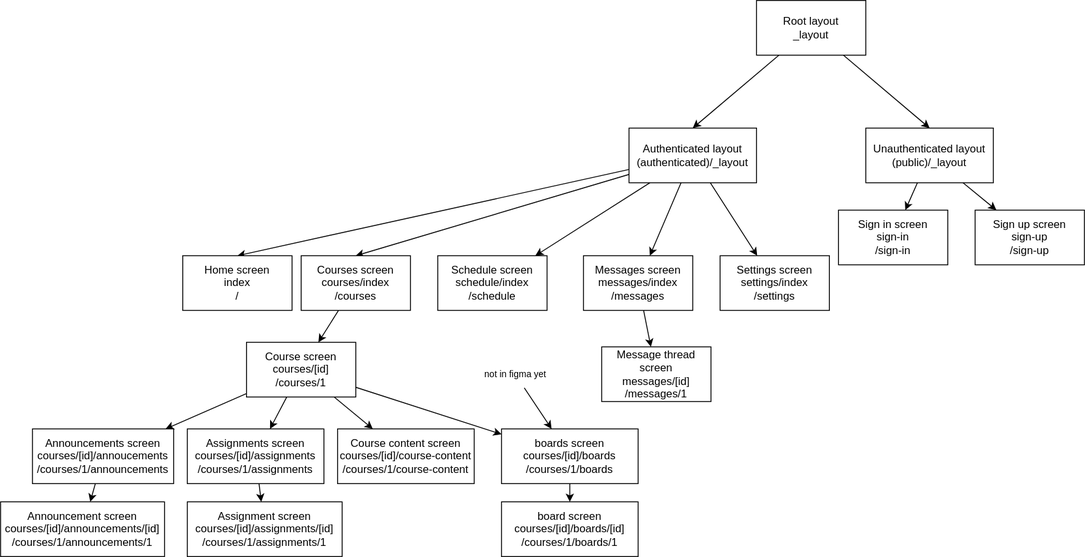
Before: docs/diagrams/hierarchy.drawio.svg, a diagram exported from draw.io (thedatasnok/idata2503-project). Source tidied: cells renumbered, new cells last; positions are measured from the earlier drawing's top-left corner, leaving out a move shared by most shapes.
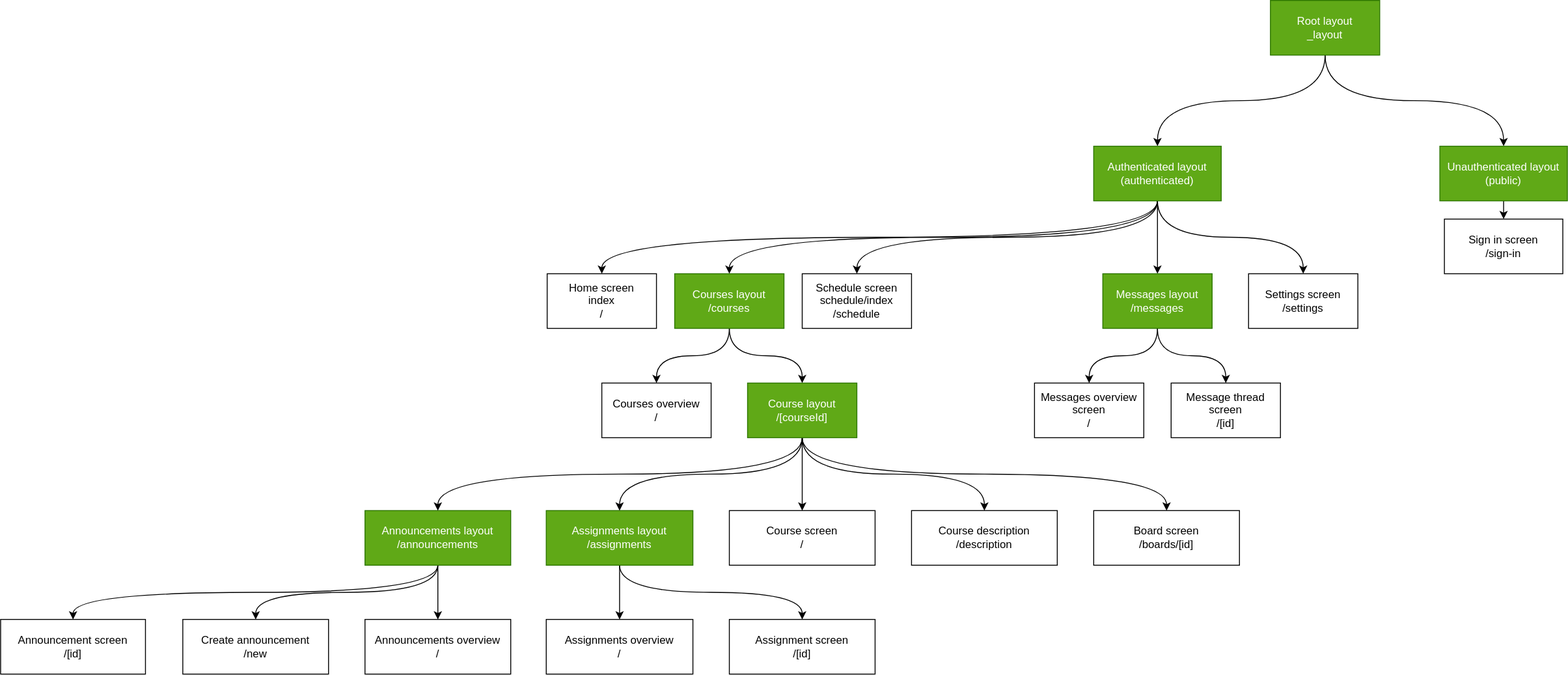
Later version of the same file.

Commit message:
docs: update hierarchy diagram

Change to the diagram source:
```diff
@@ -2,122 +2,140 @@
   <root>
     <mxCell id="0" />
     <mxCell id="1" parent="0" />
-    <mxCell id="2" style="edgeStyle=none;html=1;entryX=0.5;entryY=0;entryDx=0;entryDy=0;" parent="1" edge="1" source="4" target="10">
+    <mxCell id="2" style="edgeStyle=orthogonalEdgeStyle;html=1;entryX=0.5;entryY=0;entryDx=0;entryDy=0;curved=1;exitX=0.5;exitY=1;exitDx=0;exitDy=0;" parent="1" edge="1" source="4" target="10">
       <mxGeometry relative="1" as="geometry" />
     </mxCell>
-    <mxCell id="3" style="edgeStyle=none;html=1;entryX=0.5;entryY=0;entryDx=0;entryDy=0;" parent="1" edge="1" source="4" target="13">
+    <mxCell id="3" style="edgeStyle=orthogonalEdgeStyle;html=1;entryX=0.5;entryY=0;entryDx=0;entryDy=0;curved=1;exitX=0.5;exitY=1;exitDx=0;exitDy=0;" parent="1" edge="1" source="4" target="13">
       <mxGeometry relative="1" as="geometry" />
     </mxCell>
-    <mxCell id="4" value="Root layout&lt;br&gt;_layout" style="rounded=0;whiteSpace=wrap;html=1;" parent="1" vertex="1">
-      <mxGeometry x="830" width="120" height="60" as="geometry" />
+    <mxCell id="4" value="Root layout&lt;br&gt;_layout" style="rounded=0;whiteSpace=wrap;html=1;fillColor=#60a917;fontColor=#ffffff;strokeColor=#2D7600;" parent="1" vertex="1">
+      <mxGeometry x="884" y="-20" width="120" height="60" as="geometry" />
     </mxCell>
-    <mxCell id="5" style="edgeStyle=none;html=1;entryX=0.5;entryY=0;entryDx=0;entryDy=0;" parent="1" edge="1" source="10" target="16">
+    <mxCell id="5" style="edgeStyle=orthogonalEdgeStyle;html=1;entryX=0.5;entryY=0;entryDx=0;entryDy=0;curved=1;exitX=0.5;exitY=1;exitDx=0;exitDy=0;" parent="1" edge="1" source="10" target="16">
       <mxGeometry relative="1" as="geometry" />
     </mxCell>
-    <mxCell id="6" style="edgeStyle=none;html=1;entryX=0.5;entryY=0;entryDx=0;entryDy=0;" parent="1" edge="1" source="10" target="14">
+    <mxCell id="6" style="edgeStyle=orthogonalEdgeStyle;html=1;entryX=0.5;entryY=0;entryDx=0;entryDy=0;curved=1;exitX=0.5;exitY=1;exitDx=0;exitDy=0;" parent="1" edge="1" source="10" target="14">
       <mxGeometry relative="1" as="geometry" />
     </mxCell>
-    <mxCell id="7" style="edgeStyle=none;html=1;" parent="1" edge="1" source="10" target="23">
+    <mxCell id="7" style="edgeStyle=orthogonalEdgeStyle;html=1;curved=1;exitX=0.5;exitY=1;exitDx=0;exitDy=0;" parent="1" edge="1" source="10" target="23">
       <mxGeometry relative="1" as="geometry" />
     </mxCell>
-    <mxCell id="8" style="edgeStyle=none;html=1;" parent="1" edge="1" source="10" target="25">
+    <mxCell id="8" style="edgeStyle=orthogonalEdgeStyle;html=1;curved=1;" parent="1" edge="1" source="10" target="25">
       <mxGeometry relative="1" as="geometry" />
     </mxCell>
-    <mxCell id="9" style="edgeStyle=none;html=1;" parent="1" edge="1" source="10" target="26">
+    <mxCell id="9" style="edgeStyle=orthogonalEdgeStyle;html=1;curved=1;exitX=0.5;exitY=1;exitDx=0;exitDy=0;" parent="1" edge="1" source="10" target="26">
       <mxGeometry relative="1" as="geometry" />
     </mxCell>
-    <mxCell id="10" value="Authenticated layout&lt;br&gt;(authenticated)/_layout" style="rounded=0;whiteSpace=wrap;html=1;" parent="1" vertex="1">
+    <mxCell id="10" value="Authenticated layout&lt;br&gt;(authenticated)" style="rounded=0;whiteSpace=wrap;html=1;fillColor=#60a917;fontColor=#ffffff;strokeColor=#2D7600;" parent="1" vertex="1">
       <mxGeometry x="690" y="140" width="140" height="60" as="geometry" />
     </mxCell>
     <mxCell id="11" style="edgeStyle=none;html=1;" parent="1" edge="1" source="13" target="17">
       <mxGeometry relative="1" as="geometry" />
     </mxCell>
-    <mxCell id="12" style="edgeStyle=none;html=1;" parent="1" edge="1" source="13" target="27">
-      <mxGeometry relative="1" as="geometry" />
-    </mxCell>
-    <mxCell id="13" value="Unauthenticated layout&lt;br&gt;(public)/_layout" style="rounded=0;whiteSpace=wrap;html=1;" parent="1" vertex="1">
-      <mxGeometry x="950" y="140" width="140" height="60" as="geometry" />
+    <mxCell id="13" value="Unauthenticated layout&lt;br&gt;(public)" style="rounded=0;whiteSpace=wrap;html=1;fillColor=#60a917;fontColor=#ffffff;strokeColor=#2D7600;" parent="1" vertex="1">
+      <mxGeometry x="1070" y="140" width="140" height="60" as="geometry" />
     </mxCell>
     <mxCell id="14" value="Home screen&lt;br&gt;index&lt;br&gt;/" style="rounded=0;whiteSpace=wrap;html=1;" parent="1" vertex="1">
-      <mxGeometry x="200" y="280" width="120" height="60" as="geometry" />
+      <mxGeometry x="90" y="280" width="120" height="60" as="geometry" />
     </mxCell>
+    <mxCell id="41" style="edgeStyle=orthogonalEdgeStyle;curved=1;html=1;entryX=0.5;entryY=0;entryDx=0;entryDy=0;" parent="1" edge="1" source="16" target="51">
+      <mxGeometry relative="1" as="geometry" />
+    </mxCell>
-    <mxCell id="15" style="edgeStyle=none;html=1;" parent="1" edge="1" source="16" target="22">
+    <mxCell id="15" style="edgeStyle=orthogonalEdgeStyle;curved=1;html=1;entryX=0.5;entryY=0;entryDx=0;entryDy=0;" parent="1" edge="1" source="16" target="22">
       <mxGeometry relative="1" as="geometry" />
     </mxCell>
-    <mxCell id="16" value="Courses screen&lt;br&gt;courses/index&lt;br&gt;/courses" style="rounded=0;whiteSpace=wrap;html=1;" parent="1" vertex="1">
-      <mxGeometry x="330" y="280" width="120" height="60" as="geometry" />
+    <mxCell id="16" value="Courses layout&lt;br&gt;/courses" style="rounded=0;whiteSpace=wrap;html=1;fillColor=#60a917;fontColor=#ffffff;strokeColor=#2D7600;" parent="1" vertex="1">
+      <mxGeometry x="230" y="280" width="120" height="60" as="geometry" />
     </mxCell>
-    <mxCell id="17" value="Sign in screen&lt;br&gt;sign-in&lt;br&gt;/sign-in" style="rounded=0;whiteSpace=wrap;html=1;" parent="1" vertex="1">
-      <mxGeometry x="920" y="230" width="120" height="60" as="geometry" />
+    <mxCell id="17" value="Sign in screen&lt;br&gt;/sign-in" style="rounded=0;whiteSpace=wrap;html=1;" parent="1" vertex="1">
+      <mxGeometry x="1075" y="220" width="130" height="60" as="geometry" />
     </mxCell>
-    <mxCell id="18" style="edgeStyle=none;html=1;fontSize=10;" parent="1" edge="1" source="22" target="30">
-      <mxGeometry relative="1" as="geometry" />
-    </mxCell>
-    <mxCell id="19" style="edgeStyle=none;html=1;fontSize=10;" parent="1" edge="1" source="22" target="33">
-      <mxGeometry relative="1" as="geometry" />
-    </mxCell>
-    <mxCell id="20" style="edgeStyle=none;html=1;fontSize=10;" parent="1" edge="1" source="22" target="35">
-      <mxGeometry relative="1" as="geometry" />
-    </mxCell>
-    <mxCell id="21" style="edgeStyle=none;html=1;fontSize=10;" parent="1" edge="1" source="22" target="37">
-      <mxGeometry relative="1" as="geometry" />
-    </mxCell>
-    <mxCell id="22" value="Course screen&lt;br&gt;courses/[id]&lt;br&gt;/courses/1" style="rounded=0;whiteSpace=wrap;html=1;" parent="1" vertex="1">
-      <mxGeometry x="270" y="375" width="120" height="60" as="geometry" />
+    <mxCell id="22" value="Courses overview&lt;br&gt;/" style="rounded=0;whiteSpace=wrap;html=1;" parent="1" vertex="1">
+      <mxGeometry x="150" y="400" width="120" height="60" as="geometry" />
     </mxCell>
     <mxCell id="23" value="Schedule screen&lt;br&gt;schedule/index&lt;br&gt;/schedule" style="rounded=0;whiteSpace=wrap;html=1;" parent="1" vertex="1">
-      <mxGeometry x="480" y="280" width="120" height="60" as="geometry" />
+      <mxGeometry x="370" y="280" width="120" height="60" as="geometry" />
     </mxCell>
-    <mxCell id="24" style="edgeStyle=none;html=1;fontSize=10;" parent="1" edge="1" source="25" target="28">
+    <mxCell id="24" style="edgeStyle=orthogonalEdgeStyle;html=1;fontSize=10;curved=1;" parent="1" edge="1" source="25" target="28">
       <mxGeometry relative="1" as="geometry" />
     </mxCell>
+    <mxCell id="42" style="edgeStyle=orthogonalEdgeStyle;curved=1;html=1;entryX=0.5;entryY=0;entryDx=0;entryDy=0;" parent="1" edge="1" source="25" target="52">
+      <mxGeometry relative="1" as="geometry" />
+    </mxCell>
-    <mxCell id="25" value="Messages screen&lt;br&gt;messages/index&lt;br&gt;/messages" style="rounded=0;whiteSpace=wrap;html=1;" parent="1" vertex="1">
-      <mxGeometry x="640" y="280" width="120" height="60" as="geometry" />
+    <mxCell id="25" value="Messages layout&lt;br&gt;/messages" style="rounded=0;whiteSpace=wrap;html=1;fillColor=#60a917;fontColor=#ffffff;strokeColor=#2D7600;" parent="1" vertex="1">
+      <mxGeometry x="700" y="280" width="120" height="60" as="geometry" />
     </mxCell>
-    <mxCell id="26" value="Settings screen&lt;br&gt;settings/index&lt;br&gt;/settings" style="rounded=0;whiteSpace=wrap;html=1;" parent="1" vertex="1">
-      <mxGeometry x="790" y="280" width="120" height="60" as="geometry" />
+    <mxCell id="26" value="Settings screen&lt;br&gt;/settings" style="rounded=0;whiteSpace=wrap;html=1;" parent="1" vertex="1">
+      <mxGeometry x="860" y="280" width="120" height="60" as="geometry" />
     </mxCell>
-    <mxCell id="27" value="Sign up screen&lt;br&gt;sign-up&lt;br&gt;/sign-up" style="rounded=0;whiteSpace=wrap;html=1;" parent="1" vertex="1">
-      <mxGeometry x="1070" y="230" width="120" height="60" as="geometry" />
-    </mxCell>
-    <mxCell id="28" value="Message thread screen&lt;br&gt;messages/[id]&lt;br&gt;/messages/1" style="rounded=0;whiteSpace=wrap;html=1;" parent="1" vertex="1">
-      <mxGeometry x="660" y="380" width="120" height="60" as="geometry" />
+    <mxCell id="28" value="Message thread screen&lt;br&gt;/[id]" style="rounded=0;whiteSpace=wrap;html=1;" parent="1" vertex="1">
+      <mxGeometry x="775" y="400" width="120" height="60" as="geometry" />
     </mxCell>
+    <mxCell id="43" style="edgeStyle=orthogonalEdgeStyle;curved=1;html=1;entryX=0.5;entryY=0;entryDx=0;entryDy=0;exitX=0.5;exitY=1;exitDx=0;exitDy=0;" parent="1" edge="1" source="30" target="53">
+      <mxGeometry relative="1" as="geometry" />
+    </mxCell>
-    <mxCell id="29" style="edgeStyle=none;html=1;fontSize=10;" parent="1" edge="1" source="30" target="31">
+    <mxCell id="29" style="edgeStyle=orthogonalEdgeStyle;curved=1;html=1;entryX=0.5;entryY=0;entryDx=0;entryDy=0;exitX=0.5;exitY=1;exitDx=0;exitDy=0;" parent="1" edge="1" source="30" target="31">
       <mxGeometry relative="1" as="geometry" />
     </mxCell>
+    <mxCell id="44" style="edgeStyle=orthogonalEdgeStyle;curved=1;html=1;entryX=0.5;entryY=0;entryDx=0;entryDy=0;" parent="1" edge="1" source="30" target="56">
+      <mxGeometry relative="1" as="geometry" />
+    </mxCell>
-    <mxCell id="30" value="Announcements screen&lt;br&gt;courses/[id]/annoucements&lt;br&gt;/courses/1/announcements" style="rounded=0;whiteSpace=wrap;html=1;" parent="1" vertex="1">
-      <mxGeometry x="35" y="470" width="155" height="60" as="geometry" />
+    <mxCell id="30" value="Announcements layout&lt;br&gt;/announcements" style="rounded=0;whiteSpace=wrap;html=1;fillColor=#60a917;fontColor=#ffffff;strokeColor=#2D7600;" parent="1" vertex="1">
+      <mxGeometry x="-110" y="540" width="160" height="60" as="geometry" />
     </mxCell>
-    <mxCell id="31" value="Announcement screen&lt;br&gt;courses/[id]/announcements/[id]&lt;br&gt;/courses/1/announcements/1" style="rounded=0;whiteSpace=wrap;html=1;" parent="1" vertex="1">
-      <mxGeometry y="550" width="180" height="60" as="geometry" />
+    <mxCell id="31" value="Announcement screen&lt;br&gt;/[id]" style="rounded=0;whiteSpace=wrap;html=1;" parent="1" vertex="1">
+      <mxGeometry x="-510" y="659.5" width="159" height="60" as="geometry" />
     </mxCell>
     <mxCell id="32" style="edgeStyle=none;html=1;fontSize=10;" parent="1" edge="1" source="33" target="34">
       <mxGeometry relative="1" as="geometry" />
     </mxCell>
+    <mxCell id="45" style="edgeStyle=orthogonalEdgeStyle;curved=1;html=1;entryX=0.5;entryY=0;entryDx=0;entryDy=0;exitX=0.5;exitY=1;exitDx=0;exitDy=0;" parent="1" edge="1" source="33" target="55">
+      <mxGeometry relative="1" as="geometry" />
+    </mxCell>
-    <mxCell id="33" value="Assignments screen&lt;br&gt;courses/[id]/assignments&lt;br&gt;/courses/1/assignments" style="rounded=0;whiteSpace=wrap;html=1;" parent="1" vertex="1">
-      <mxGeometry x="205" y="470" width="150" height="60" as="geometry" />
+    <mxCell id="33" value="Assignments layout&lt;br&gt;/assignments" style="rounded=0;whiteSpace=wrap;html=1;fillColor=#60a917;fontColor=#ffffff;strokeColor=#2D7600;" parent="1" vertex="1">
+      <mxGeometry x="89" y="540" width="161" height="60" as="geometry" />
     </mxCell>
-    <mxCell id="34" value="Assignment screen&lt;br&gt;courses/[id]/assignments/[id]&lt;br&gt;/courses/1/assignments/1" style="rounded=0;whiteSpace=wrap;html=1;" parent="1" vertex="1">
-      <mxGeometry x="205" y="550" width="170" height="60" as="geometry" />
+    <mxCell id="34" value="Assignments overview&lt;br&gt;/" style="rounded=0;whiteSpace=wrap;html=1;" parent="1" vertex="1">
+      <mxGeometry x="89" y="659.5" width="161" height="60" as="geometry" />
     </mxCell>
-    <mxCell id="35" value="Course content screen&lt;br&gt;courses/[id]/course-content&lt;br&gt;/courses/1/course-content" style="rounded=0;whiteSpace=wrap;html=1;" parent="1" vertex="1">
-      <mxGeometry x="370" y="470" width="150" height="60" as="geometry" />
+    <mxCell id="35" value="Course description&lt;br&gt;/description" style="rounded=0;whiteSpace=wrap;html=1;" parent="1" vertex="1">
+      <mxGeometry x="490" y="540" width="160" height="60" as="geometry" />
     </mxCell>
-    <mxCell id="36" style="edgeStyle=none;html=1;fontSize=10;" parent="1" edge="1" source="37" target="38">
-      <mxGeometry relative="1" as="geometry" />
-    </mxCell>
-    <mxCell id="37" value="boards screen&lt;br&gt;courses/[id]/boards&lt;br&gt;/courses/1/boards" style="rounded=0;whiteSpace=wrap;html=1;" parent="1" vertex="1">
-      <mxGeometry x="550" y="470" width="150" height="60" as="geometry" />
-    </mxCell>
-    <mxCell id="38" value="board screen&lt;br&gt;courses/[id]/boards/[id]&lt;br&gt;/courses/1/boards/1" style="rounded=0;whiteSpace=wrap;html=1;" parent="1" vertex="1">
-      <mxGeometry x="550" y="550" width="150" height="60" as="geometry" />
+    <mxCell id="38" value="Board screen&lt;br&gt;/boards/[id]" style="rounded=0;whiteSpace=wrap;html=1;" parent="1" vertex="1">
+      <mxGeometry x="690" y="540" width="160" height="60" as="geometry" />
     </mxCell>
-    <mxCell id="39" style="edgeStyle=none;html=1;fontSize=10;" parent="1" edge="1" source="40" target="37">
-      <mxGeometry relative="1" as="geometry" />
-    </mxCell>
-    <mxCell id="40" value="not in figma yet" style="text;html=1;align=center;verticalAlign=middle;points=[];strokeColor=none;fillColor=none;fontSize=10;flipH=1;flipV=1;" parent="1" vertex="1">
-      <mxGeometry x="520" y="395" width="90" height="30" as="geometry" />
-    </mxCell>
+    <mxCell id="46" style="edgeStyle=orthogonalEdgeStyle;curved=1;html=1;entryX=0.5;entryY=0;entryDx=0;entryDy=0;exitX=0.5;exitY=1;exitDx=0;exitDy=0;" parent="1" edge="1" source="51" target="30">
+      <mxGeometry relative="1" as="geometry" />
+    </mxCell>
+    <mxCell id="47" style="edgeStyle=orthogonalEdgeStyle;curved=1;html=1;entryX=0.5;entryY=0;entryDx=0;entryDy=0;exitX=0.5;exitY=1;exitDx=0;exitDy=0;" parent="1" edge="1" source="51" target="33">
+      <mxGeometry relative="1" as="geometry" />
+    </mxCell>
+    <mxCell id="48" style="edgeStyle=orthogonalEdgeStyle;curved=1;html=1;entryX=0.5;entryY=0;entryDx=0;entryDy=0;" parent="1" edge="1" source="51" target="54">
+      <mxGeometry relative="1" as="geometry" />
+    </mxCell>
+    <mxCell id="49" style="edgeStyle=orthogonalEdgeStyle;curved=1;html=1;entryX=0.5;entryY=0;entryDx=0;entryDy=0;exitX=0.5;exitY=1;exitDx=0;exitDy=0;" parent="1" edge="1" source="51" target="35">
+      <mxGeometry relative="1" as="geometry" />
+    </mxCell>
+    <mxCell id="50" style="edgeStyle=orthogonalEdgeStyle;curved=1;html=1;entryX=0.5;entryY=0;entryDx=0;entryDy=0;exitX=0.5;exitY=1;exitDx=0;exitDy=0;" parent="1" edge="1" source="51" target="38">
+      <mxGeometry relative="1" as="geometry" />
+    </mxCell>
+    <mxCell id="51" value="Course layout&lt;br&gt;/[courseId]" style="rounded=0;whiteSpace=wrap;html=1;fillColor=#60a917;fontColor=#ffffff;strokeColor=#2D7600;" parent="1" vertex="1">
+      <mxGeometry x="310" y="400" width="120" height="60" as="geometry" />
+    </mxCell>
+    <mxCell id="52" value="Messages overview screen&lt;br&gt;/" style="rounded=0;whiteSpace=wrap;html=1;" parent="1" vertex="1">
+      <mxGeometry x="625" y="400" width="120" height="60" as="geometry" />
+    </mxCell>
+    <mxCell id="53" value="Create announcement&lt;br&gt;/new" style="rounded=0;whiteSpace=wrap;html=1;" parent="1" vertex="1">
+      <mxGeometry x="-310" y="659.5" width="160" height="60" as="geometry" />
+    </mxCell>
+    <mxCell id="54" value="Course screen&lt;br&gt;/" style="rounded=0;whiteSpace=wrap;html=1;" parent="1" vertex="1">
+      <mxGeometry x="290" y="540" width="160" height="60" as="geometry" />
+    </mxCell>
+    <mxCell id="55" value="Assignment screen&lt;br&gt;/[id]" style="rounded=0;whiteSpace=wrap;html=1;" parent="1" vertex="1">
+      <mxGeometry x="290" y="659.5" width="160" height="60" as="geometry" />
+    </mxCell>
+    <mxCell id="56" value="Announcements overview&lt;br&gt;/" style="rounded=0;whiteSpace=wrap;html=1;" parent="1" vertex="1">
+      <mxGeometry x="-110" y="659.5" width="160" height="60" as="geometry" />
+    </mxCell>
   </root>
 </mxGraphModel>
```
